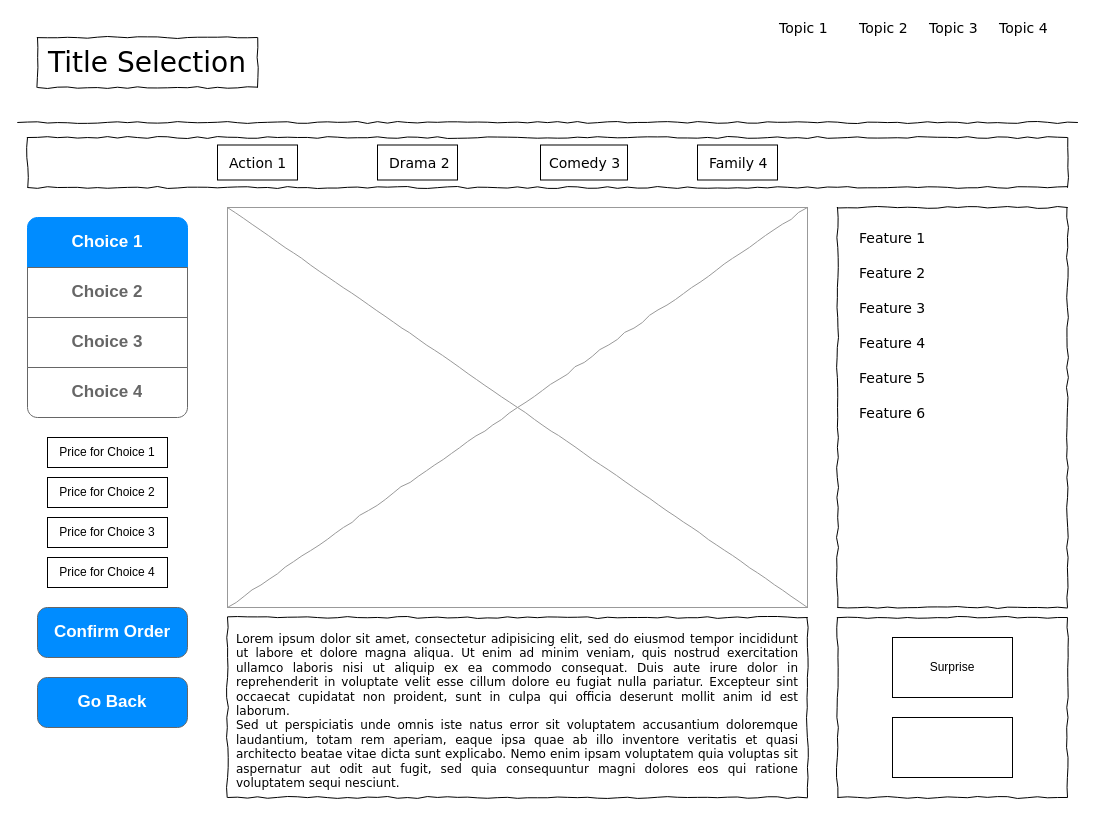
Earlier version of the draw.io diagram Untitled Diagram.drawio (20MILLEGL/git-clone-https-github.com-scotch-io-scotch-box.git-my-project). Source tidied: cells renumbered, new cells numbered last; positions are measured from the earlier drawing's top-left corner, leaving out a move shared by most shapes. Both pictures are drawn from the tidied source at 100%, with x=0, y=0 at pixel (17, 17).
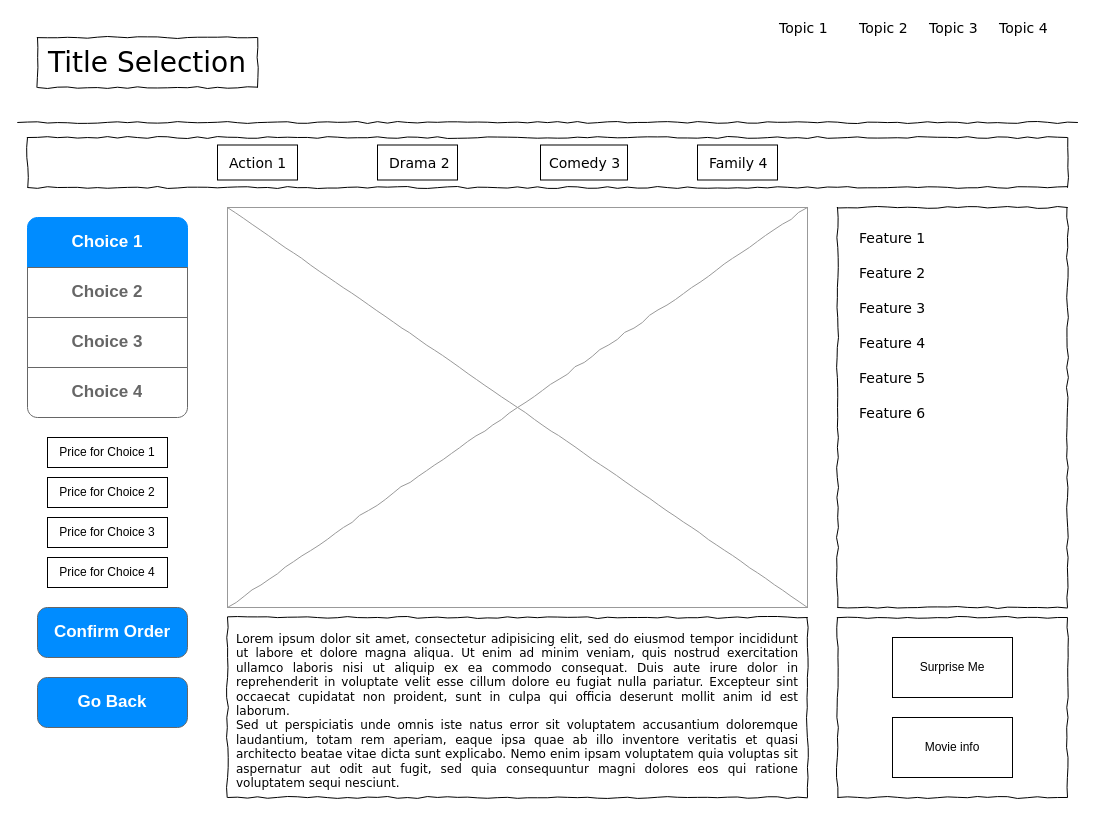
After the change.

The edit, as a diff of the source:
```diff
@@
-    <mxCell id="38" value="Surprise" style="rounded=0;whiteSpace=wrap;html=1;" parent="1" vertex="1">
+    <mxCell id="38" value="Surprise Me" style="rounded=0;whiteSpace=wrap;html=1;" parent="1" vertex="1">
       <mxGeometry x="875" y="620" width="120" height="60" as="geometry" />
     </mxCell>
-    <mxCell id="39" style="rounded=0;whiteSpace=wrap;html=1;" parent="1" vertex="1">
+    <mxCell id="39" value="Movie info" style="rounded=0;whiteSpace=wrap;html=1;" parent="1" vertex="1">
       <mxGeometry x="875" y="700" width="120" height="60" as="geometry" />
     </mxCell>
```
